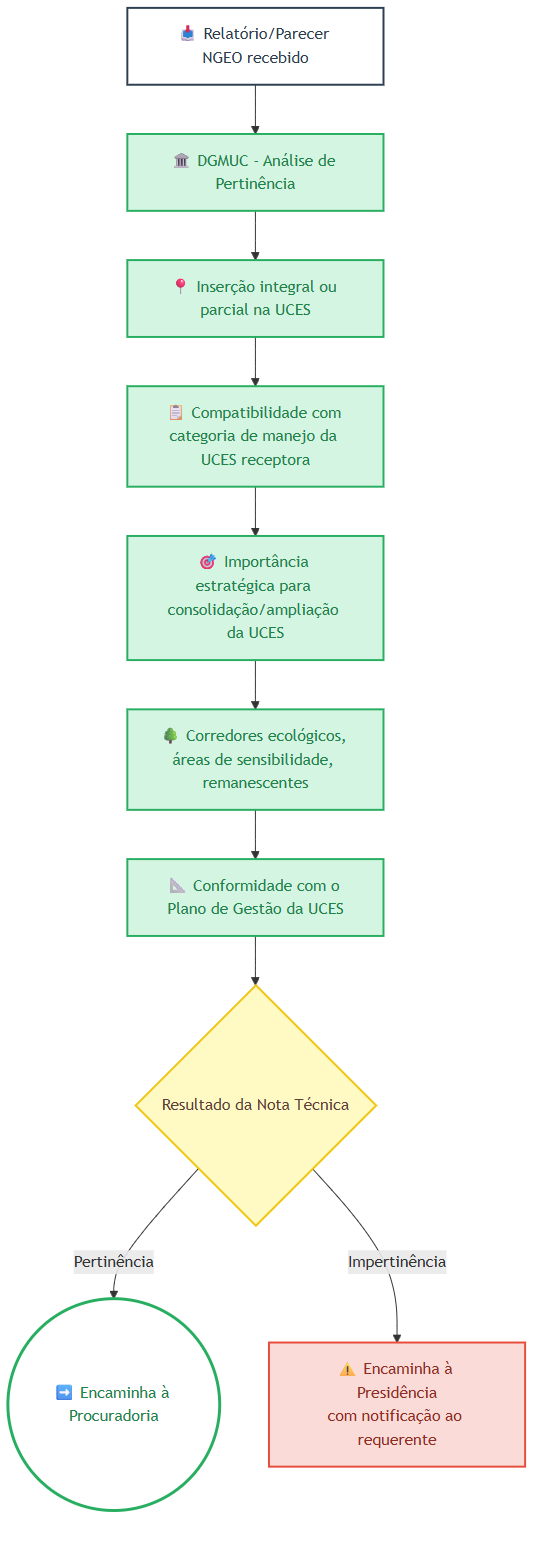
This is docs/03-fluxos/imagens/05-dgmuc.png from NGEO-IDEFLOR-Bio/certFundiaria-uces-pa, a Mermaid export, as it was before one commit. Its source is kept beside it as docs/03-fluxos/imagens/05-dgmuc.mmd.
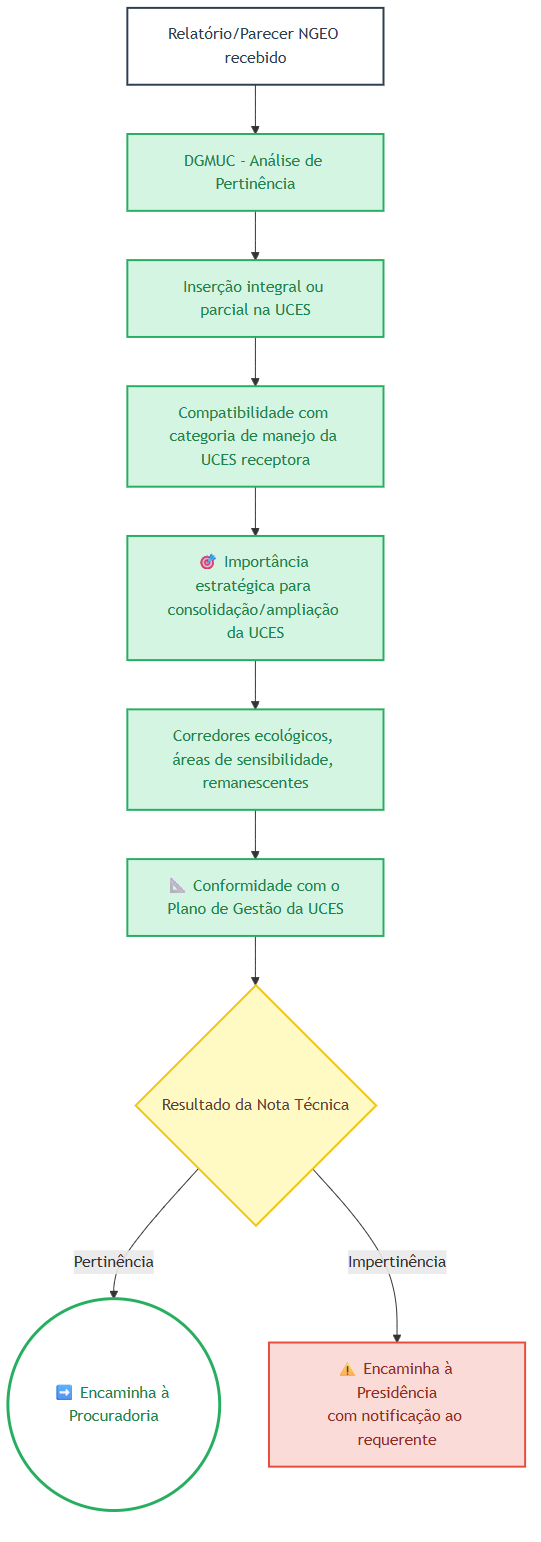
After the commit.

Change to the diagram source:
```diff
@@ -4,13 +4,13 @@
     classDef rejeicao fill:#FADBD8,stroke:#E74C3C,stroke-width:2px,color:#922B21
     classDef entrada fill:#FFFFFF,stroke:#2C3E50,stroke-width:2px,color:#2C3E50
 
-    IN["📥 Relatório/Parecer NGEO recebido"]:::entrada
-    --> DGMUC["🏛️ DGMUC - Análise de Pertinência"]:::ideflor
+    IN["Relatório/Parecer NGEO recebido"]:::entrada
+    --> DGMUC["DGMUC - Análise de Pertinência"]:::ideflor
 
-    DGMUC --> A1["📍 Inserção integral ou parcial na UCES"]:::ideflor
-    A1 --> A2["📋 Compatibilidade com categoria de manejo da UCES receptora"]:::ideflor
+    DGMUC --> A1["Inserção integral ou parcial na UCES"]:::ideflor
+    A1 --> A2["Compatibilidade com categoria de manejo da UCES receptora"]:::ideflor
     A2 --> A3["🎯 Importância estratégica para consolidação/ampliação da UCES"]:::ideflor
-    A3 --> A4["🌳 Corredores ecológicos, áreas de sensibilidade, remanescentes"]:::ideflor
+    A3 --> A4["Corredores ecológicos, áreas de sensibilidade, remanescentes"]:::ideflor
     A4 --> A5["📐 Conformidade com o Plano de Gestão da UCES"]:::ideflor
 
     A5 --> RESULT{"Resultado da Nota Técnica"}:::decisao
```
